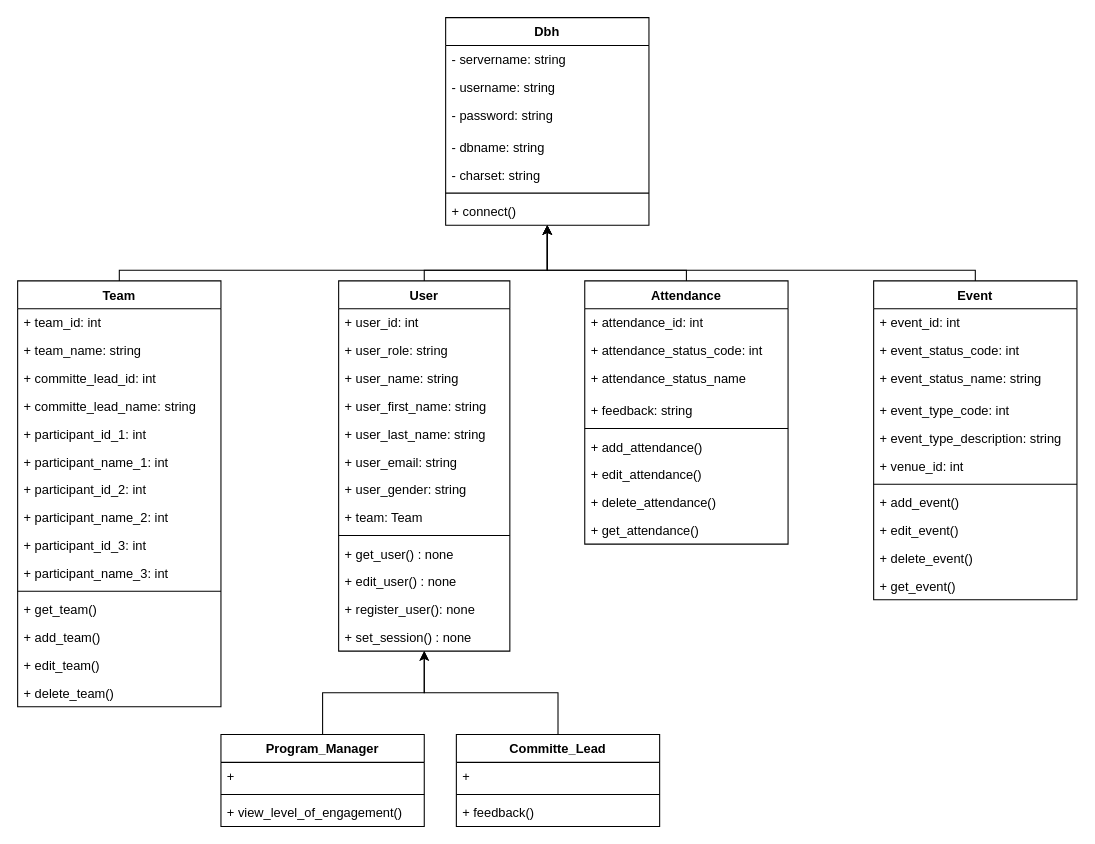
Above: page "Class Diagram - Simplify" (5 of 6) of DellEvent.drawio in frostyseb/ITDP (draw.io), before the change. Source tidied: cells renumbered, new cells numbered last; positions are measured from the earlier drawing's top-left corner, leaving out a move shared by most shapes. Both pictures are drawn from the tidied source at 107%, with x=0, y=0 at pixel (17, 17).
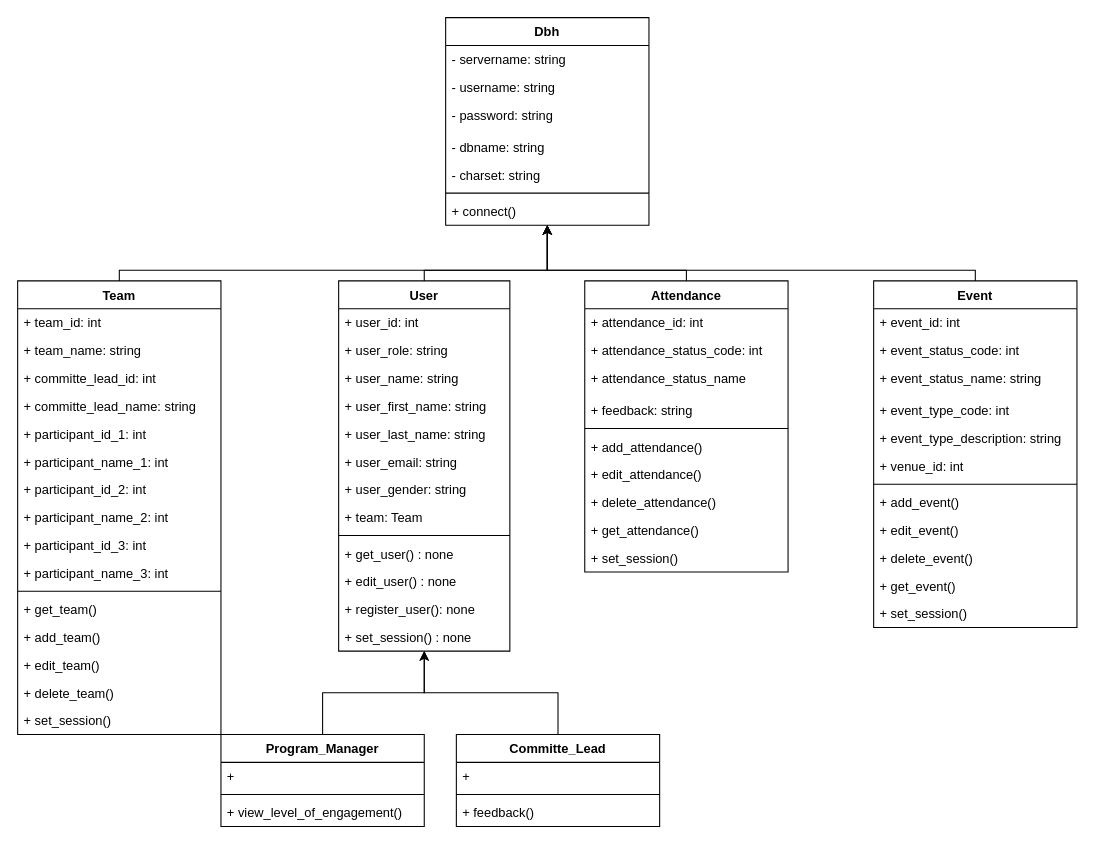
Above is the later version.

Commit message:
Add set_session

What changed in the source:
```diff
@@
     <mxCell id="28" value="Team" style="swimlane;fontStyle=1;align=center;verticalAlign=top;horizontal=1;startSize=26;" parent="1" vertex="1">
-      <mxGeometry y="246" width="190" height="398" as="geometry" />
+      <mxGeometry y="246" width="190" height="424" as="geometry" />
     </mxCell>
@@
+    <mxCell id="76" value="+ set_session()" style="text;strokeColor=none;fillColor=none;align=left;verticalAlign=top;spacingLeft=4;spacingRight=4;overflow=hidden;" parent="28" vertex="1">
+      <mxGeometry y="398" width="190" height="26" as="geometry" />
+    </mxCell>
@@
     <mxCell id="45" value="Event" style="swimlane;fontStyle=1;align=center;verticalAlign=top;horizontal=1;startSize=26;" parent="1" vertex="1">
-      <mxGeometry x="800" y="246" width="190" height="298" as="geometry" />
+      <mxGeometry x="800" y="246" width="190" height="324" as="geometry" />
     </mxCell>
@@
+    <mxCell id="77" value="+ set_session()" style="text;strokeColor=none;fillColor=none;align=left;verticalAlign=top;spacingLeft=4;spacingRight=4;overflow=hidden;" parent="45" vertex="1">
+      <mxGeometry y="298" width="190" height="26" as="geometry" />
+    </mxCell>
@@
     <mxCell id="58" value="Attendance" style="swimlane;fontStyle=1;align=center;verticalAlign=top;horizontal=1;startSize=26;" parent="1" vertex="1">
-      <mxGeometry x="530" y="246" width="190" height="246" as="geometry" />
+      <mxGeometry x="530" y="246" width="190" height="272" as="geometry" />
     </mxCell>
@@
+    <mxCell id="78" value="+ set_session()" style="text;strokeColor=none;fillColor=none;align=left;verticalAlign=top;spacingLeft=4;spacingRight=4;overflow=hidden;" parent="58" vertex="1">
+      <mxGeometry y="246" width="190" height="26" as="geometry" />
+    </mxCell>
```
